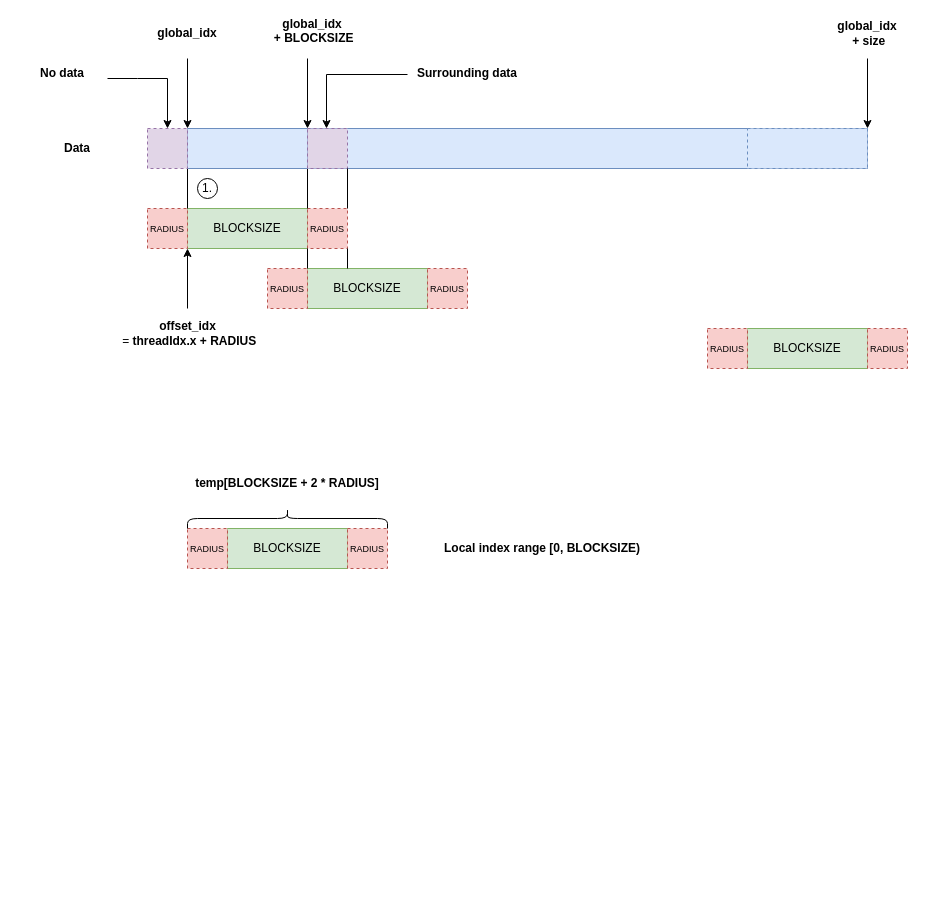
yvyork/GPU_Part keeps this draw.io diagram as 07_MovingSum/Untitled Diagram.drawio. Above is the earlier version. Source tidied: cells renumbered, new cells numbered last; positions are measured from the earlier drawing's top-left corner, leaving out a move shared by most shapes. Both pictures are drawn from the tidied source at 100%, with x=0, y=0 at pixel (17, 18).
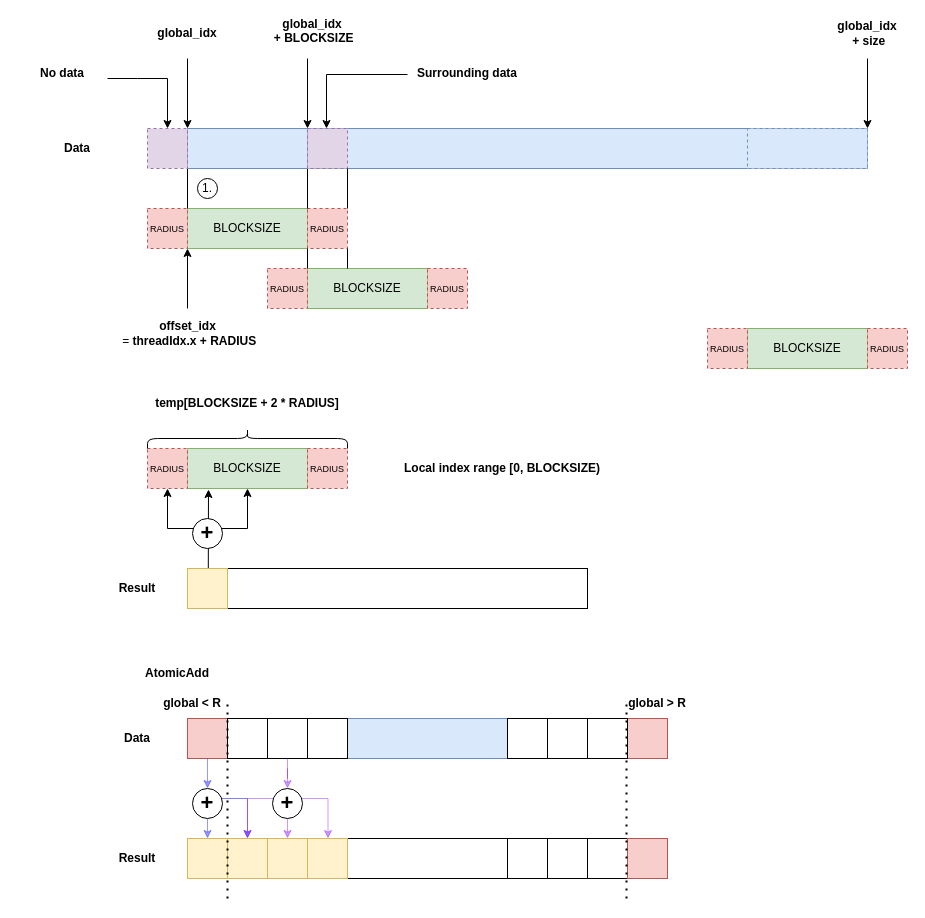
Above is the later version.

Change to the diagram source:
```diff
@@
     <mxCell id="17" value="BLOCKSIZE" style="rounded=0;whiteSpace=wrap;html=1;fillColor=#d5e8d4;strokeColor=#82b366;" parent="1" vertex="1">
-      <mxGeometry x="210" y="510" width="120" height="40" as="geometry" />
+      <mxGeometry x="170" y="430" width="120" height="40" as="geometry" />
     </mxCell>
     <mxCell id="18" value="&lt;font style=&quot;font-size: 9px;&quot;&gt;RADIUS&lt;/font&gt;" style="rounded=0;whiteSpace=wrap;html=1;dashed=1;fillColor=#f8cecc;strokeColor=#b85450;" parent="1" vertex="1">
-      <mxGeometry x="170" y="510" width="40" height="40" as="geometry" />
+      <mxGeometry x="130" y="430" width="40" height="40" as="geometry" />
     </mxCell>
     <mxCell id="19" value="&lt;font style=&quot;font-size: 9px;&quot;&gt;RADIUS&lt;/font&gt;" style="rounded=0;whiteSpace=wrap;html=1;dashed=1;fillColor=#f8cecc;strokeColor=#b85450;" parent="1" vertex="1">
-      <mxGeometry x="330" y="510" width="40" height="40" as="geometry" />
+      <mxGeometry x="290" y="430" width="40" height="40" as="geometry" />
     </mxCell>
     <mxCell id="20" style="shape=curlyBracket;whiteSpace=wrap;html=1;rounded=1;flipH=1;labelPosition=right;verticalLabelPosition=middle;align=left;verticalAlign=middle;rotation=-90;" parent="1" vertex="1">
-      <mxGeometry x="260" y="400" width="20" height="200" as="geometry" />
+      <mxGeometry x="220" y="320" width="20" height="200" as="geometry" />
     </mxCell>
     <mxCell id="21" value="&lt;b&gt;temp[BLOCKSIZE + 2 * RADIUS]&lt;/b&gt;" style="text;html=1;align=center;verticalAlign=middle;whiteSpace=wrap;rounded=0;" parent="1" vertex="1">
-      <mxGeometry x="170" y="450" width="200" height="30" as="geometry" />
+      <mxGeometry x="130" y="370" width="200" height="30" as="geometry" />
     </mxCell>
@@
     <mxCell id="29" value="&lt;b&gt;Local index range [0, BLOCKSIZE)&lt;/b&gt;" style="text;html=1;align=center;verticalAlign=middle;whiteSpace=wrap;rounded=0;" parent="1" vertex="1">
-      <mxGeometry x="410" y="515" width="230" height="30" as="geometry" />
+      <mxGeometry x="370" y="435" width="230" height="30" as="geometry" />
     </mxCell>
@@
+    <mxCell id="41" style="rounded=0;whiteSpace=wrap;html=1;fillColor=#dae8fc;strokeColor=#6c8ebf;" parent="1" vertex="1">
+      <mxGeometry x="170" y="700" width="480" height="40" as="geometry" />
+    </mxCell>
+    <mxCell id="42" style="rounded=0;whiteSpace=wrap;html=1;fillColor=#f8cecc;strokeColor=#b85450;" parent="1" vertex="1">
+      <mxGeometry x="170" y="700" width="40" height="40" as="geometry" />
+    </mxCell>
+    <mxCell id="43" style="rounded=0;whiteSpace=wrap;html=1;" parent="1" vertex="1">
+      <mxGeometry x="210" y="700" width="40" height="40" as="geometry" />
+    </mxCell>
+    <mxCell id="44" style="edgeStyle=orthogonalEdgeStyle;rounded=0;jettySize=auto;html=1;entryX=0.5;entryY=0;entryDx=0;entryDy=0;strokeColor=#9933FF;opacity=50;" parent="1" edge="1" source="70" target="54">
+      <mxGeometry relative="1" as="geometry">
+        <Array as="points">
+          <mxPoint x="270" y="780" />
+          <mxPoint x="270" y="780" />
+        </Array>
+      </mxGeometry>
+    </mxCell>
+    <mxCell id="45" style="rounded=0;whiteSpace=wrap;html=1;" parent="1" vertex="1">
+      <mxGeometry x="250" y="700" width="40" height="40" as="geometry" />
+    </mxCell>
+    <mxCell id="46" style="rounded=0;whiteSpace=wrap;html=1;" parent="1" vertex="1">
+      <mxGeometry x="290" y="700" width="40" height="40" as="geometry" />
+    </mxCell>
+    <mxCell id="47" style="rounded=0;whiteSpace=wrap;html=1;fillColor=#f8cecc;strokeColor=#b85450;" parent="1" vertex="1">
+      <mxGeometry x="610" y="700" width="40" height="40" as="geometry" />
+    </mxCell>
+    <mxCell id="48" style="rounded=0;whiteSpace=wrap;html=1;" parent="1" vertex="1">
+      <mxGeometry x="570" y="700" width="40" height="40" as="geometry" />
+    </mxCell>
+    <mxCell id="49" style="rounded=0;whiteSpace=wrap;html=1;" parent="1" vertex="1">
+      <mxGeometry x="530" y="700" width="40" height="40" as="geometry" />
+    </mxCell>
+    <mxCell id="50" style="rounded=0;whiteSpace=wrap;html=1;" parent="1" vertex="1">
+      <mxGeometry x="490" y="700" width="40" height="40" as="geometry" />
+    </mxCell>
+    <mxCell id="51" style="rounded=0;whiteSpace=wrap;html=1;" parent="1" vertex="1">
+      <mxGeometry x="170" y="820" width="480" height="40" as="geometry" />
+    </mxCell>
+    <mxCell id="52" style="rounded=0;whiteSpace=wrap;html=1;fillColor=#fff2cc;strokeColor=#d6b656;" parent="1" vertex="1">
+      <mxGeometry x="170" y="820" width="40" height="40" as="geometry" />
+    </mxCell>
+    <mxCell id="53" style="rounded=0;whiteSpace=wrap;html=1;fillColor=#fff2cc;strokeColor=#d6b656;" parent="1" vertex="1">
+      <mxGeometry x="210" y="820" width="40" height="40" as="geometry" />
+    </mxCell>
+    <mxCell id="54" style="rounded=0;whiteSpace=wrap;html=1;fillColor=#fff2cc;strokeColor=#d6b656;" parent="1" vertex="1">
+      <mxGeometry x="250" y="820" width="40" height="40" as="geometry" />
+    </mxCell>
+    <mxCell id="55" style="rounded=0;whiteSpace=wrap;html=1;fillColor=#fff2cc;strokeColor=#d6b656;" parent="1" vertex="1">
+      <mxGeometry x="290" y="820" width="40" height="40" as="geometry" />
+    </mxCell>
+    <mxCell id="56" style="rounded=0;whiteSpace=wrap;html=1;" parent="1" vertex="1">
+      <mxGeometry x="490" y="820" width="40" height="40" as="geometry" />
+    </mxCell>
+    <mxCell id="57" style="rounded=0;whiteSpace=wrap;html=1;" parent="1" vertex="1">
+      <mxGeometry x="530" y="820" width="40" height="40" as="geometry" />
+    </mxCell>
+    <mxCell id="58" style="rounded=0;whiteSpace=wrap;html=1;" parent="1" vertex="1">
+      <mxGeometry x="570" y="820" width="40" height="40" as="geometry" />
+    </mxCell>
+    <mxCell id="59" style="rounded=0;whiteSpace=wrap;html=1;fillColor=#f8cecc;strokeColor=#b85450;" parent="1" vertex="1">
+      <mxGeometry x="610" y="820" width="40" height="40" as="geometry" />
+    </mxCell>
+    <mxCell id="60" style="endArrow=classic;html=1;rounded=0;exitX=0.5;exitY=1;exitDx=0;exitDy=0;entryX=0.5;entryY=0;entryDx=0;entryDy=0;strokeColor=#3333FF;opacity=50;" parent="1" edge="1" source="72" target="52">
+      <mxGeometry relative="1" as="geometry" />
+    </mxCell>
+    <mxCell id="61" style="endArrow=classic;html=1;rounded=0;entryX=0.5;entryY=0;entryDx=0;entryDy=0;strokeColor=#0000FF;opacity=50;" parent="1" edge="1" target="53">
+      <mxGeometry relative="1" as="geometry">
+        <mxPoint x="190" y="780" as="sourcePoint" />
+        <Array as="points">
+          <mxPoint x="230" y="780" />
+        </Array>
+      </mxGeometry>
+    </mxCell>
+    <mxCell id="62" style="endArrow=classic;html=1;rounded=0;entryX=0.5;entryY=0;entryDx=0;entryDy=0;strokeColor=#9933FF;opacity=50;" parent="1" edge="1">
+      <mxGeometry relative="1" as="geometry">
+        <mxPoint x="270.5" y="780" as="sourcePoint" />
+        <mxPoint x="310.5" y="820" as="targetPoint" />
+        <Array as="points">
+          <mxPoint x="310.5" y="780" />
+        </Array>
+      </mxGeometry>
+    </mxCell>
+    <mxCell id="63" style="endArrow=classic;html=1;rounded=0;entryX=0.5;entryY=0;entryDx=0;entryDy=0;strokeColor=#9933FF;opacity=50;" parent="1" edge="1" target="53">
+      <mxGeometry relative="1" as="geometry">
+        <mxPoint x="270" y="780" as="sourcePoint" />
+        <Array as="points">
+          <mxPoint x="230" y="780" />
+        </Array>
+      </mxGeometry>
+    </mxCell>
+    <mxCell id="64" style="endArrow=none;dashed=1;html=1;dashPattern=1 3;strokeWidth=2;rounded=0;" parent="1" edge="1">
+      <mxGeometry relative="1" as="geometry">
+        <mxPoint x="210" y="880" as="sourcePoint" />
+        <mxPoint x="210" y="680" as="targetPoint" />
+      </mxGeometry>
+    </mxCell>
+    <mxCell id="65" style="endArrow=none;dashed=1;html=1;dashPattern=1 3;strokeWidth=2;rounded=0;" parent="1" edge="1">
+      <mxGeometry relative="1" as="geometry">
+        <mxPoint x="609" y="880" as="sourcePoint" />
+        <mxPoint x="609" y="680" as="targetPoint" />
+      </mxGeometry>
+    </mxCell>
+    <mxCell id="66" value="&lt;div&gt;&lt;b&gt;Data&lt;/b&gt;&lt;/div&gt;" style="text;html=1;align=center;verticalAlign=middle;whiteSpace=wrap;rounded=0;" parent="1" vertex="1">
+      <mxGeometry x="90" y="705" width="60" height="30" as="geometry" />
+    </mxCell>
+    <mxCell id="67" value="&lt;b&gt;Result&lt;/b&gt;" style="text;html=1;align=center;verticalAlign=middle;whiteSpace=wrap;rounded=0;" parent="1" vertex="1">
+      <mxGeometry x="90" y="825" width="60" height="30" as="geometry" />
+    </mxCell>
+    <mxCell id="68" value="&lt;b&gt;AtomicAdd&lt;/b&gt;" style="text;html=1;strokeColor=none;fillColor=none;align=center;verticalAlign=middle;whiteSpace=wrap;rounded=0;" parent="1" vertex="1">
+      <mxGeometry x="130" y="640" width="60" height="30" as="geometry" />
+    </mxCell>
+    <mxCell id="69" style="edgeStyle=orthogonalEdgeStyle;rounded=0;jettySize=auto;html=1;entryX=0.5;entryY=0;entryDx=0;entryDy=0;strokeColor=#9933FF;opacity=50;" parent="1" edge="1" source="45" target="70">
+      <mxGeometry relative="1" as="geometry" />
+    </mxCell>
+    <mxCell id="70" value="&lt;font style=&quot;font-size: 22px;&quot;&gt;&lt;b&gt;+&lt;/b&gt;&lt;/font&gt;" style="ellipse;whiteSpace=wrap;html=1;" parent="1" vertex="1">
+      <mxGeometry x="255" y="770" width="30" height="30" as="geometry" />
+    </mxCell>
+    <mxCell id="71" style="endArrow=classic;html=1;rounded=0;exitX=0.5;exitY=1;exitDx=0;exitDy=0;entryX=0.5;entryY=0;entryDx=0;entryDy=0;strokeColor=#3333FF;opacity=50;" parent="1" edge="1" source="42" target="72">
+      <mxGeometry relative="1" as="geometry" />
+    </mxCell>
+    <mxCell id="72" value="&lt;font style=&quot;font-size: 22px;&quot;&gt;&lt;b&gt;+&lt;/b&gt;&lt;/font&gt;" style="ellipse;whiteSpace=wrap;html=1;" parent="1" vertex="1">
+      <mxGeometry x="175" y="770" width="30" height="30" as="geometry" />
+    </mxCell>
+    <mxCell id="73" value="&lt;b&gt;global &amp;lt; R&lt;/b&gt;" style="text;html=1;strokeColor=none;fillColor=none;align=center;verticalAlign=middle;whiteSpace=wrap;rounded=0;" parent="1" vertex="1">
+      <mxGeometry x="145" y="670" width="60" height="30" as="geometry" />
+    </mxCell>
+    <mxCell id="74" value="&lt;b&gt;global &amp;gt; R&lt;/b&gt;" style="text;html=1;strokeColor=none;fillColor=none;align=center;verticalAlign=middle;whiteSpace=wrap;rounded=0;" parent="1" vertex="1">
+      <mxGeometry x="610" y="670" width="60" height="30" as="geometry" />
+    </mxCell>
+    <mxCell id="75" style="rounded=0;whiteSpace=wrap;html=1;" parent="1" vertex="1">
+      <mxGeometry x="170" y="550" width="400" height="40" as="geometry" />
+    </mxCell>
+    <mxCell id="76" style="endArrow=classic;html=1;rounded=0;entryX=0.175;entryY=1.025;entryDx=0;entryDy=0;entryPerimeter=0;exitX=0.052;exitY=0.006;exitDx=0;exitDy=0;exitPerimeter=0;" parent="1" edge="1" source="75" target="17">
+      <mxGeometry relative="1" as="geometry" />
+    </mxCell>
+    <mxCell id="77" style="endArrow=classic;html=1;rounded=0;entryX=0.5;entryY=1;entryDx=0;entryDy=0;" parent="1" edge="1" target="18">
+      <mxGeometry relative="1" as="geometry">
+        <mxPoint x="190" y="510" as="sourcePoint" />
+        <Array as="points">
+          <mxPoint x="150" y="510" />
+        </Array>
+      </mxGeometry>
+    </mxCell>
+    <mxCell id="78" style="endArrow=classic;html=1;rounded=0;entryX=0.5;entryY=1;entryDx=0;entryDy=0;" parent="1" edge="1" target="17">
+      <mxGeometry relative="1" as="geometry">
+        <mxPoint x="190" y="510" as="sourcePoint" />
+        <Array as="points">
+          <mxPoint x="230" y="510" />
+        </Array>
+      </mxGeometry>
+    </mxCell>
+    <mxCell id="79" value="&lt;font style=&quot;font-size: 22px;&quot;&gt;&lt;b&gt;+&lt;/b&gt;&lt;/font&gt;" style="ellipse;whiteSpace=wrap;html=1;" parent="1" vertex="1">
+      <mxGeometry x="175" y="500" width="30" height="30" as="geometry" />
+    </mxCell>
+    <mxCell id="80" style="rounded=0;whiteSpace=wrap;html=1;fillColor=#fff2cc;strokeColor=#d6b656;" parent="1" vertex="1">
+      <mxGeometry x="170" y="550" width="40" height="40" as="geometry" />
+    </mxCell>
+    <mxCell id="81" value="&lt;b&gt;Result&lt;/b&gt;" style="text;html=1;align=center;verticalAlign=middle;whiteSpace=wrap;rounded=0;" parent="1" vertex="1">
+      <mxGeometry x="90" y="555" width="60" height="30" as="geometry" />
+    </mxCell>
```
